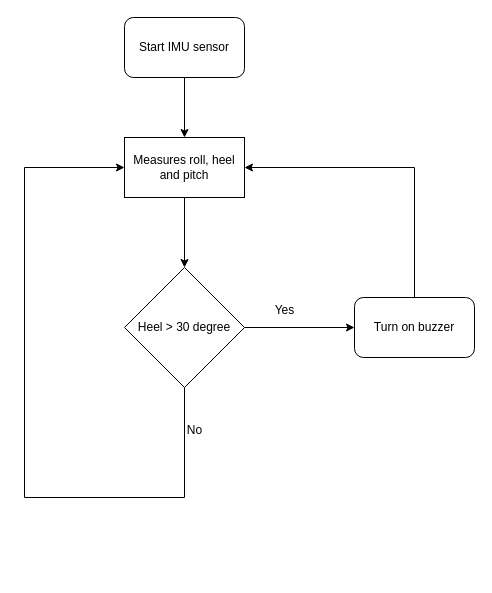
Above: docs/Untitled Diagram.drawio in Bakel-Bakel/NautiSense (draw.io), before the change. Source tidied: cells renumbered, new cells numbered last; positions are measured from the earlier drawing's top-left corner, leaving out a move shared by most shapes. Both pictures are drawn from the tidied source at 100%, with x=0, y=0 at pixel (24, 17).
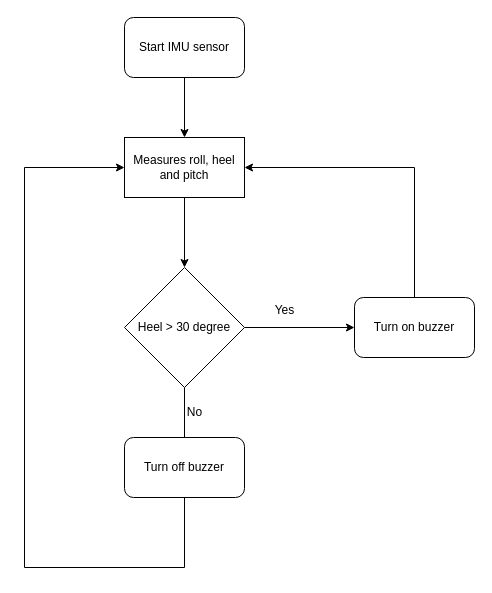
After the change.

What changed in the source:
```diff
@@
 <mxGraphModel>
   <root>
     <mxCell id="0" />
     <mxCell id="1" parent="0" />
     <mxCell id="2" style="edgeStyle=orthogonalEdgeStyle;rounded=0;jettySize=auto;html=1;exitX=0.5;exitY=1;exitDx=0;exitDy=0;entryX=0.5;entryY=0;entryDx=0;entryDy=0;" parent="1" edge="1" source="3" target="8">
       <mxGeometry relative="1" as="geometry" />
     </mxCell>
     <mxCell id="3" value="Start IMU sensor" style="rounded=1;whiteSpace=wrap;html=1;" parent="1" vertex="1">
       <mxGeometry x="100" width="120" height="60" as="geometry" />
     </mxCell>
     <mxCell id="4" style="edgeStyle=orthogonalEdgeStyle;rounded=0;jettySize=auto;html=1;exitX=1;exitY=0.5;exitDx=0;exitDy=0;entryX=0;entryY=0.5;entryDx=0;entryDy=0;" parent="1" edge="1" source="6" target="10">
       <mxGeometry relative="1" as="geometry" />
     </mxCell>
     <mxCell id="5" style="edgeStyle=orthogonalEdgeStyle;rounded=0;jettySize=auto;html=1;exitX=0.5;exitY=1;exitDx=0;exitDy=0;entryX=0;entryY=0.5;entryDx=0;entryDy=0;" parent="1" edge="1" source="6" target="8">
       <mxGeometry relative="1" as="geometry">
         <Array as="points">
-          <mxPoint x="160" y="480" />
-          <mxPoint y="480" />
+          <mxPoint x="160" y="550" />
+          <mxPoint y="550" />
           <mxPoint y="150" />
         </Array>
       </mxGeometry>
     </mxCell>
     <mxCell id="6" value="Heel &amp;gt; 30 degree" style="rhombus;whiteSpace=wrap;html=1;" parent="1" vertex="1">
       <mxGeometry x="100" y="250" width="120" height="120" as="geometry" />
     </mxCell>
     <mxCell id="7" style="edgeStyle=orthogonalEdgeStyle;rounded=0;jettySize=auto;html=1;exitX=0.5;exitY=1;exitDx=0;exitDy=0;entryX=0.5;entryY=0;entryDx=0;entryDy=0;" parent="1" edge="1" source="8" target="6">
       <mxGeometry relative="1" as="geometry" />
     </mxCell>
     <mxCell id="8" value="Measures roll, heel and pitch" style="rounded=0;whiteSpace=wrap;html=1;" parent="1" vertex="1">
       <mxGeometry x="100" y="120" width="120" height="60" as="geometry" />
     </mxCell>
     <mxCell id="9" style="edgeStyle=orthogonalEdgeStyle;rounded=0;jettySize=auto;html=1;exitX=0.5;exitY=0;exitDx=0;exitDy=0;entryX=1;entryY=0.5;entryDx=0;entryDy=0;" parent="1" edge="1" source="10" target="8">
       <mxGeometry relative="1" as="geometry" />
     </mxCell>
     <mxCell id="10" value="Turn on buzzer" style="rounded=1;whiteSpace=wrap;html=1;" parent="1" vertex="1">
       <mxGeometry x="330" y="280" width="120" height="60" as="geometry" />
     </mxCell>
     <mxCell id="11" value="Yes" style="text;html=1;align=center;verticalAlign=middle;strokeColor=none;fillColor=none;" parent="1" vertex="1">
       <mxGeometry x="240" y="278" width="40" height="30" as="geometry" />
     </mxCell>
     <mxCell id="12" value="No" style="text;html=1;align=center;verticalAlign=middle;strokeColor=none;fillColor=none;" parent="1" vertex="1">
-      <mxGeometry x="150" y="398" width="40" height="30" as="geometry" />
+      <mxGeometry x="150" y="380" width="40" height="30" as="geometry" />
     </mxCell>
+    <mxCell id="13" value="Turn off buzzer" style="rounded=1;whiteSpace=wrap;html=1;" parent="1" vertex="1">
+      <mxGeometry x="100" y="420" width="120" height="60" as="geometry" />
+    </mxCell>
   </root>
 </mxGraphModel>
```
